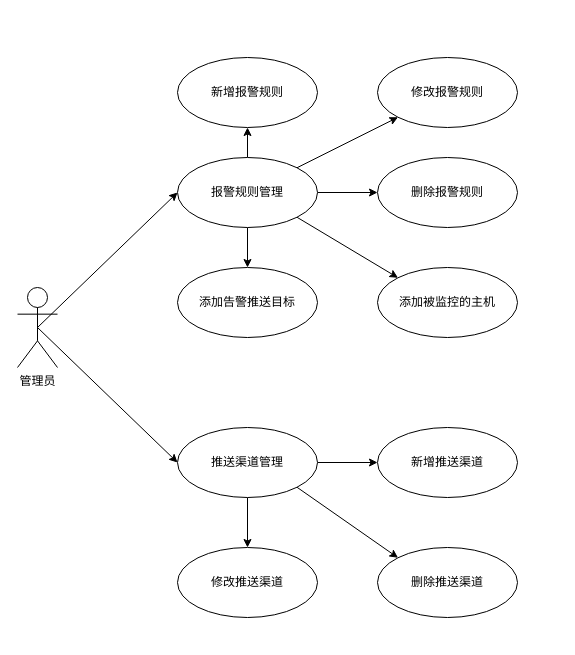
Above: pic/drawio/3-3.drawio in whoisnian/aMonitor-document (draw.io), before the change. Source tidied: cells renumbered, new cells numbered last; positions are measured from the earlier drawing's top-left corner, leaving out a move shared by most shapes. Both pictures are drawn from the tidied source at 100%, with x=0, y=0 at pixel (17, 57).
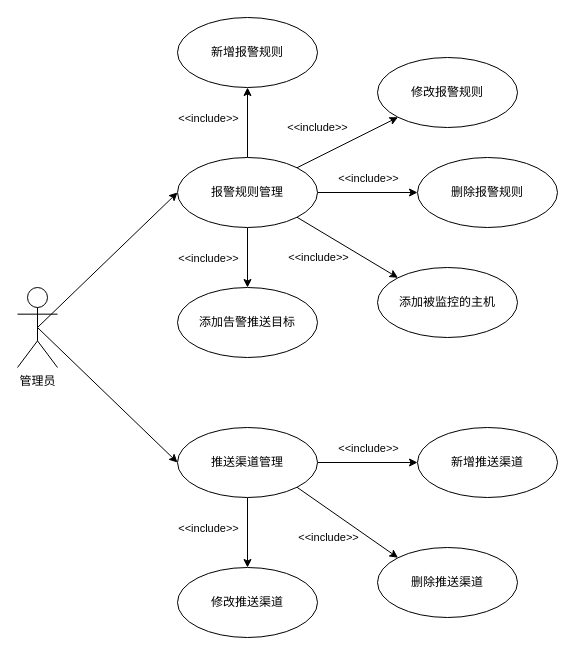
The same page after the edit.

The change refers to these unchanged cells:
```xml
<mxCell id="5" style="edgeStyle=none;rounded=0;jettySize=auto;html=1;exitX=0.5;exitY=0;exitDx=0;exitDy=0;entryX=0.5;entryY=1;entryDx=0;entryDy=0;" parent="1" edge="1" source="10" target="15">
  <mxGeometry relative="1" as="geometry" />
</mxCell>
<mxCell id="6" style="edgeStyle=none;rounded=0;jettySize=auto;html=1;exitX=1;exitY=0;exitDx=0;exitDy=0;entryX=0;entryY=1;entryDx=0;entryDy=0;" parent="1" edge="1" source="10" target="16">
  <mxGeometry relative="1" as="geometry" />
</mxCell>
<mxCell id="7" style="edgeStyle=none;rounded=0;jettySize=auto;html=1;exitX=1;exitY=0.5;exitDx=0;exitDy=0;entryX=0;entryY=0.5;entryDx=0;entryDy=0;" parent="1" edge="1" source="10" target="17">
  <mxGeometry relative="1" as="geometry" />
</mxCell>
<mxCell id="8" style="edgeStyle=none;rounded=0;jettySize=auto;html=1;exitX=1;exitY=1;exitDx=0;exitDy=0;entryX=0;entryY=0;entryDx=0;entryDy=0;" parent="1" edge="1" source="10" target="21">
  <mxGeometry relative="1" as="geometry" />
</mxCell>
<mxCell id="9" style="edgeStyle=none;rounded=0;jettySize=auto;html=1;exitX=0.5;exitY=1;exitDx=0;exitDy=0;entryX=0.5;entryY=0;entryDx=0;entryDy=0;" parent="1" edge="1" source="10" target="22">
  <mxGeometry relative="1" as="geometry" />
</mxCell>
<mxCell id="11" style="edgeStyle=none;rounded=0;jettySize=auto;html=1;exitX=1;exitY=0.5;exitDx=0;exitDy=0;entryX=0;entryY=0.5;entryDx=0;entryDy=0;" parent="1" edge="1" source="14" target="19">
  <mxGeometry relative="1" as="geometry" />
</mxCell>
<mxCell id="12" style="edgeStyle=none;rounded=0;jettySize=auto;html=1;exitX=1;exitY=1;exitDx=0;exitDy=0;entryX=0;entryY=0;entryDx=0;entryDy=0;" parent="1" edge="1" source="14" target="20">
  <mxGeometry relative="1" as="geometry" />
</mxCell>
<mxCell id="13" style="edgeStyle=none;rounded=0;jettySize=auto;html=1;exitX=0.5;exitY=1;exitDx=0;exitDy=0;entryX=0.5;entryY=0;entryDx=0;entryDy=0;" parent="1" edge="1" source="14" target="18">
  <mxGeometry relative="1" as="geometry" />
</mxCell>
```

The edit, as a diff of the source:
```diff
@@
+    <mxCell id="23" value="&amp;lt;&amp;lt;include&amp;gt;&amp;gt;" style="edgeLabel;html=1;align=center;verticalAlign=middle;" parent="5" vertex="1">
+      <mxGeometry x="0.4" relative="1" as="geometry">
+        <mxPoint x="-40" y="9" as="offset" />
+      </mxGeometry>
+    </mxCell>
@@
+    <mxCell id="24" value="&amp;lt;&amp;lt;include&amp;gt;&amp;gt;" style="edgeLabel;html=1;align=center;verticalAlign=middle;" parent="6" vertex="1">
+      <mxGeometry x="0.27" y="1" relative="1" as="geometry">
+        <mxPoint x="-43.5" y="-7.2" as="offset" />
+      </mxGeometry>
+    </mxCell>
@@
+    <mxCell id="25" value="&amp;lt;&amp;lt;include&amp;gt;&amp;gt;" style="edgeLabel;html=1;align=center;verticalAlign=middle;" parent="7" vertex="1">
+      <mxGeometry x="-0.4" y="-3" relative="1" as="geometry">
+        <mxPoint x="20" y="-18" as="offset" />
+      </mxGeometry>
+    </mxCell>
@@
+    <mxCell id="26" value="&amp;lt;&amp;lt;include&amp;gt;&amp;gt;" style="edgeLabel;html=1;align=center;verticalAlign=middle;" parent="8" vertex="1">
+      <mxGeometry x="0.21" y="1" relative="1" as="geometry">
+        <mxPoint x="-40.9" y="4.6" as="offset" />
+      </mxGeometry>
+    </mxCell>
@@
+    <mxCell id="27" value="&amp;lt;&amp;lt;include&amp;gt;&amp;gt;" style="edgeLabel;html=1;align=center;verticalAlign=middle;" parent="9" vertex="1">
+      <mxGeometry x="-0.4" y="5" relative="1" as="geometry">
+        <mxPoint x="-45" y="12" as="offset" />
+      </mxGeometry>
+    </mxCell>
@@
+    <mxCell id="28" value="&amp;lt;&amp;lt;include&amp;gt;&amp;gt;" style="edgeLabel;html=1;align=center;verticalAlign=middle;" parent="11" vertex="1">
+      <mxGeometry x="0.36" y="3" relative="1" as="geometry">
+        <mxPoint x="-18" y="-12" as="offset" />
+      </mxGeometry>
+    </mxCell>
@@
+    <mxCell id="29" value="&amp;lt;&amp;lt;include&amp;gt;&amp;gt;" style="edgeLabel;html=1;align=center;verticalAlign=middle;" parent="12" vertex="1">
+      <mxGeometry x="-0.22" y="2" relative="1" as="geometry">
+        <mxPoint x="-10" y="24.4" as="offset" />
+      </mxGeometry>
+    </mxCell>
@@
+    <mxCell id="30" value="&amp;lt;&amp;lt;include&amp;gt;&amp;gt;" style="edgeLabel;html=1;align=center;verticalAlign=middle;" parent="13" vertex="1">
+      <mxGeometry x="-0.4" y="-1" relative="1" as="geometry">
+        <mxPoint x="-39" y="9" as="offset" />
+      </mxGeometry>
+    </mxCell>
@@
     <mxCell id="15" value="新增报警规则" style="ellipse;whiteSpace=wrap;html=1;" parent="1" vertex="1">
-      <mxGeometry x="160" width="140" height="70" as="geometry" />
+      <mxGeometry x="160" y="-40" width="140" height="70" as="geometry" />
     </mxCell>
@@
     <mxCell id="17" value="删除报警规则" style="ellipse;whiteSpace=wrap;html=1;" parent="1" vertex="1">
-      <mxGeometry x="360" y="100" width="140" height="70" as="geometry" />
+      <mxGeometry x="400" y="100" width="140" height="70" as="geometry" />
     </mxCell>
     <mxCell id="18" value="修改推送渠道" style="ellipse;whiteSpace=wrap;html=1;" parent="1" vertex="1">
-      <mxGeometry x="160" y="490" width="140" height="70" as="geometry" />
+      <mxGeometry x="160" y="510" width="140" height="70" as="geometry" />
     </mxCell>
     <mxCell id="19" value="新增推送渠道" style="ellipse;whiteSpace=wrap;html=1;" parent="1" vertex="1">
-      <mxGeometry x="360" y="370" width="140" height="70" as="geometry" />
+      <mxGeometry x="400" y="370" width="140" height="70" as="geometry" />
     </mxCell>
@@
     <mxCell id="22" value="添加告警推送目标" style="ellipse;whiteSpace=wrap;html=1;" parent="1" vertex="1">
-      <mxGeometry x="160" y="210" width="140" height="70" as="geometry" />
+      <mxGeometry x="160" y="230" width="140" height="70" as="geometry" />
     </mxCell>
```
